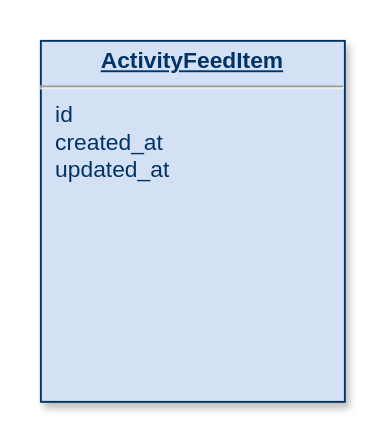
sanderha/diagrams-repo keeps this draw.io diagram as activity-log.drawio. Above is the earlier version. Source tidied: cells renumbered, new cells numbered last; positions are measured from the earlier drawing's top-left corner, leaving out a move shared by most shapes. Both pictures are drawn from the tidied source at 190%, with x=0, y=0 at pixel (40, 40).
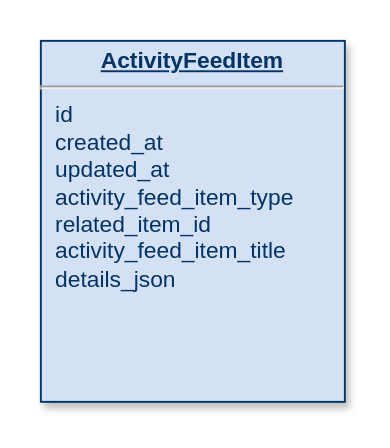
The same diagram, later.

Diff of the diagram source:
```diff
@@
 <mxGraphModel>
   <root>
     <mxCell id="0" />
     <mxCell id="1" parent="0" />
-    <mxCell id="2" value="&lt;p style=&quot;margin: 0px ; margin-top: 4px ; text-align: center ; text-decoration: underline&quot;&gt;&lt;strong&gt;ActivityFeedItem&lt;/strong&gt;&lt;/p&gt;&lt;hr&gt;&lt;p style=&quot;margin: 0px ; margin-left: 8px&quot;&gt;id&lt;/p&gt;&lt;p style=&quot;margin: 0px ; margin-left: 8px&quot;&gt;created_at&lt;/p&gt;&lt;p style=&quot;margin: 0px ; margin-left: 8px&quot;&gt;updated_at&lt;/p&gt;" style="verticalAlign=top;align=left;overflow=fill;fontSize=12;fontFamily=Helvetica;html=1;strokeColor=#003366;shadow=1;fillColor=#D4E1F5;fontColor=#003366;" parent="1" vertex="1">
+    <mxCell id="2" value="&lt;p style=&quot;margin: 0px ; margin-top: 4px ; text-align: center ; text-decoration: underline&quot;&gt;&lt;strong&gt;ActivityFeedItem&lt;/strong&gt;&lt;/p&gt;&lt;hr&gt;&lt;p style=&quot;margin: 0px ; margin-left: 8px&quot;&gt;id&lt;/p&gt;&lt;p style=&quot;margin: 0px ; margin-left: 8px&quot;&gt;created_at&lt;/p&gt;&lt;p style=&quot;margin: 0px ; margin-left: 8px&quot;&gt;updated_at&lt;/p&gt;&lt;p style=&quot;margin: 0px ; margin-left: 8px&quot;&gt;activity_feed_item_type&lt;/p&gt;&lt;p style=&quot;margin: 0px ; margin-left: 8px&quot;&gt;related_item_id&lt;/p&gt;&lt;p style=&quot;margin: 0px ; margin-left: 8px&quot;&gt;activity_feed_item_title&lt;/p&gt;&lt;p style=&quot;margin: 0px ; margin-left: 8px&quot;&gt;details_json&lt;br&gt;&lt;/p&gt;" style="verticalAlign=top;align=left;overflow=fill;fontSize=12;fontFamily=Helvetica;html=1;strokeColor=#003366;shadow=1;fillColor=#D4E1F5;fontColor=#003366;" parent="1" vertex="1">
       <mxGeometry width="160" height="190" as="geometry" />
     </mxCell>
   </root>
 </mxGraphModel>
```
